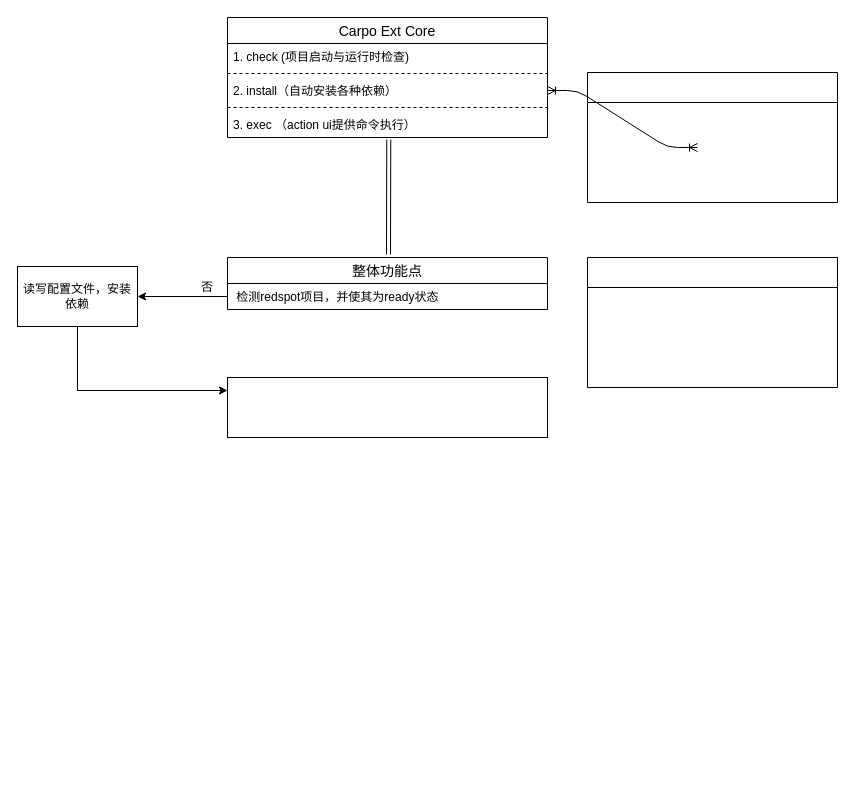
Above: carpo.drawio in xsteadybcgo/notes (draw.io), before the change. Source tidied: cells renumbered, new cells numbered last; positions are measured from the earlier drawing's top-left corner, leaving out a move shared by most shapes. Both pictures are drawn from the tidied source at 100%, with x=0, y=0 at pixel (17, 17).
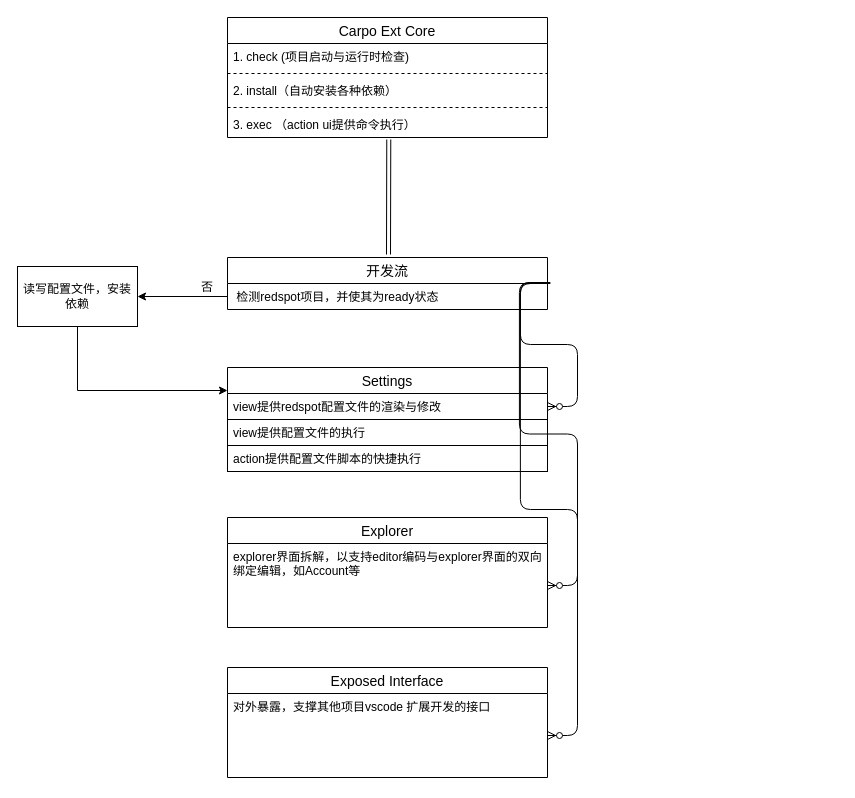
The same diagram, later.

The change refers to these unchanged cells:
```xml
<mxCell id="9" value="2. install（自动安装各种依赖）" style="text;strokeColor=none;fillColor=none;spacingLeft=4;spacingRight=4;overflow=hidden;points=[[0,0.5],[1,0.5]];portConstraint=eastwest;fontSize=12;" parent="6" vertex="1">
  <mxGeometry y="60" width="320" height="26" as="geometry" />
</mxCell>
<mxCell id="13" value=" 检测redspot项目，并使其为ready状态" style="text;strokeColor=none;fillColor=none;spacingLeft=4;spacingRight=4;overflow=hidden;points=[[0,0.5],[1,0.5]];portConstraint=eastwest;fontSize=12;" parent="12" vertex="1">
  <mxGeometry y="26" width="320" height="26" as="geometry" />
</mxCell>
```

Change to the diagram source:
```diff
@@
-    <mxCell id="2" style="shape=table;startSize=30;childLayout=tableLayout;rowLines=0;fontStyle=1;align=center;" parent="1" vertex="1">
-      <mxGeometry x="570" y="55" width="250" height="130" as="geometry" />
-    </mxCell>
-    <mxCell id="3" style="shape=table;startSize=30;childLayout=tableLayout;rowLines=0;fontStyle=1;align=center;" parent="1" vertex="1">
-      <mxGeometry x="570" y="240" width="250" height="130" as="geometry" />
-    </mxCell>
-    <mxCell id="4" style="edgeStyle=entityRelationEdgeStyle;fontSize=12;html=1;endArrow=ERoneToMany;startArrow=ERoneToMany;exitX=1;exitY=0.5;exitDx=0;exitDy=0;entryX=0;entryY=0.5;entryDx=0;entryDy=0;" parent="1" edge="1" source="9">
-      <mxGeometry relative="1" as="geometry">
-        <mxPoint x="680" y="130" as="targetPoint" />
-      </mxGeometry>
-    </mxCell>
@@
-    <mxCell id="12" value="整体功能点" style="swimlane;fontStyle=0;horizontal=1;startSize=26;align=center;fontSize=14;" parent="1" vertex="1">
+    <mxCell id="12" value="开发流" style="swimlane;fontStyle=0;horizontal=1;startSize=26;align=center;fontSize=14;" parent="1" vertex="1">
       <mxGeometry x="210" y="240" width="320" height="52" as="geometry" />
     </mxCell>
@@
-    <mxCell id="18" style="rounded=0;whiteSpace=wrap;html=1;shadow=0;glass=0;comic=0;gradientColor=#ffffff;" parent="1" vertex="1">
-      <mxGeometry x="210" y="360" width="320" height="60" as="geometry" />
-    </mxCell>
+    <mxCell id="19" value="Settings" style="swimlane;fontStyle=0;horizontal=1;startSize=26;align=center;fontSize=14;" parent="1" vertex="1">
+      <mxGeometry x="210" y="350" width="320" height="52" as="geometry" />
+    </mxCell>
+    <mxCell id="20" value="view提供redspot配置文件的渲染与修改" style="text;strokeColor=none;fillColor=none;spacingLeft=4;spacingRight=4;overflow=hidden;points=[[0,0.5],[1,0.5]];portConstraint=eastwest;fontSize=12;" parent="19" vertex="1">
+      <mxGeometry y="26" width="320" height="26" as="geometry" />
+    </mxCell>
+    <mxCell id="21" value="view提供配置文件的执行" style="text;strokeColor=#000000;fillColor=none;spacingLeft=4;spacingRight=4;overflow=hidden;fontSize=12;" parent="1" vertex="1">
+      <mxGeometry x="210" y="402" width="320" height="26" as="geometry" />
+    </mxCell>
+    <mxCell id="22" value="action提供配置文件脚本的快捷执行" style="text;strokeColor=#000000;fillColor=none;spacingLeft=4;spacingRight=4;overflow=hidden;fontSize=12;" parent="1" vertex="1">
+      <mxGeometry x="210" y="428" width="320" height="26" as="geometry" />
+    </mxCell>
+    <mxCell id="23" value="Explorer" style="swimlane;fontStyle=0;horizontal=1;startSize=26;align=center;fontSize=14;" parent="1" vertex="1">
+      <mxGeometry x="210" y="500" width="320" height="110" as="geometry" />
+    </mxCell>
+    <mxCell id="24" value="explorer界面拆解，以支持editor编码与explorer界面的双向&#10;绑定编辑，如Account等" style="text;strokeColor=none;fillColor=none;spacingLeft=4;spacingRight=4;overflow=hidden;points=[[0,0.5],[1,0.5]];portConstraint=eastwest;fontSize=12;" parent="23" vertex="1">
+      <mxGeometry y="26" width="320" height="84" as="geometry" />
+    </mxCell>
+    <mxCell id="25" style="edgeStyle=entityRelationEdgeStyle;fontSize=12;html=1;endArrow=ERzeroToMany;endFill=1;exitX=1.009;exitY=-0.038;exitDx=0;exitDy=0;exitPerimeter=0;" parent="1" edge="1" source="13" target="20">
+      <mxGeometry relative="1" as="geometry" />
+    </mxCell>
+    <mxCell id="26" style="edgeStyle=entityRelationEdgeStyle;fontSize=12;html=1;endArrow=ERzeroToMany;endFill=1;exitX=1.006;exitY=-0.038;exitDx=0;exitDy=0;exitPerimeter=0;" parent="1" edge="1" source="13" target="24">
+      <mxGeometry relative="1" as="geometry" />
+    </mxCell>
+    <mxCell id="27" value="Exposed Interface" style="swimlane;fontStyle=0;horizontal=1;startSize=26;align=center;fontSize=14;" parent="1" vertex="1">
+      <mxGeometry x="210" y="650" width="320" height="110" as="geometry" />
+    </mxCell>
+    <mxCell id="28" value="对外暴露，支撑其他项目vscode 扩展开发的接口" style="text;strokeColor=none;fillColor=none;spacingLeft=4;spacingRight=4;overflow=hidden;points=[[0,0.5],[1,0.5]];portConstraint=eastwest;fontSize=12;" parent="27" vertex="1">
+      <mxGeometry y="26" width="320" height="84" as="geometry" />
+    </mxCell>
+    <mxCell id="29" style="edgeStyle=entityRelationEdgeStyle;fontSize=12;html=1;endArrow=ERzeroToMany;endFill=1;exitX=1.009;exitY=0;exitDx=0;exitDy=0;exitPerimeter=0;" parent="1" edge="1" source="13" target="28">
+      <mxGeometry relative="1" as="geometry" />
+    </mxCell>
```
